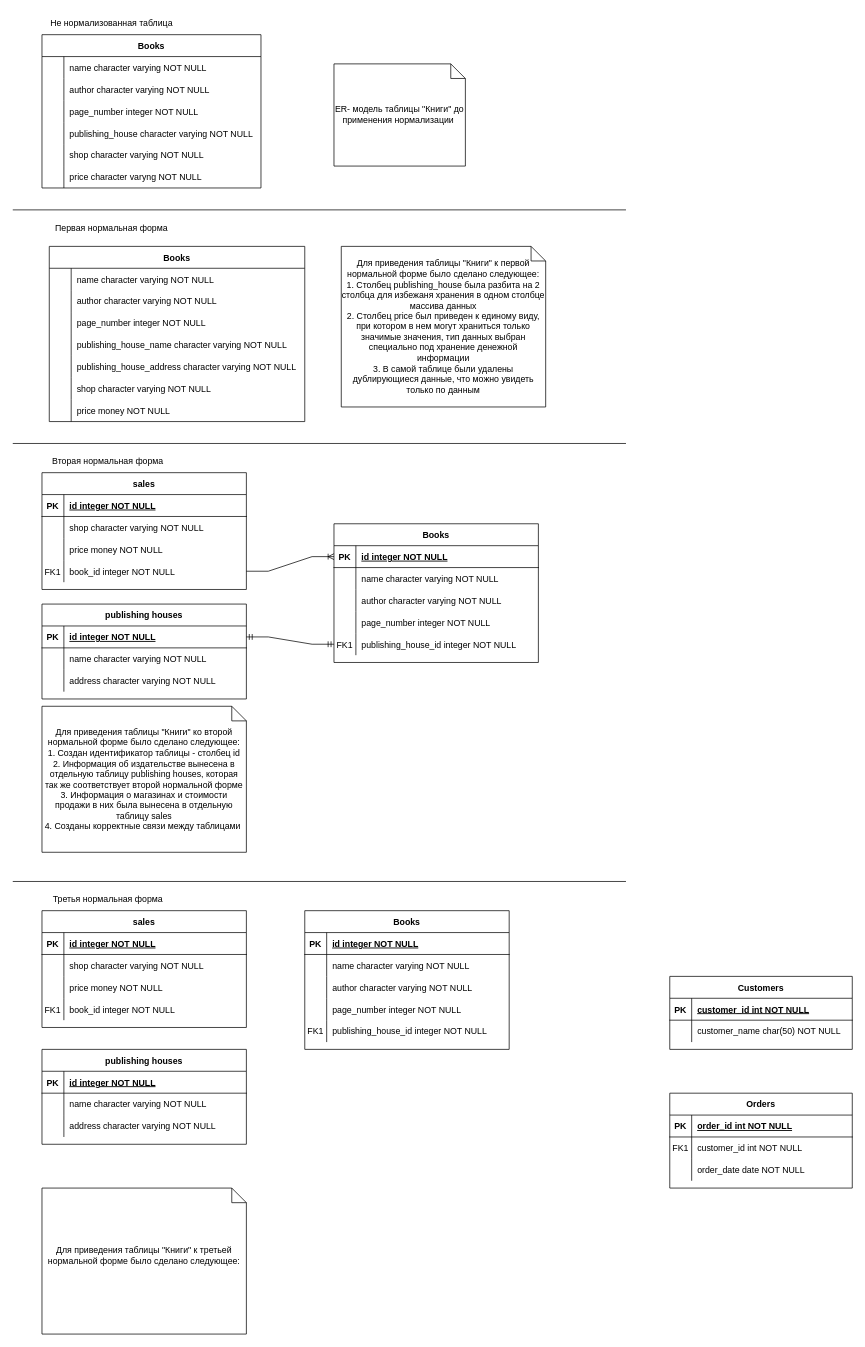
Before: Диаграмма без названия.drawio in Anna-the-racoon/For_draw_io, a draw.io diagram. Source tidied: cells renumbered, new cells numbered last; positions are measured from the earlier drawing's top-left corner, leaving out a move shared by most shapes. Both pictures are drawn from the tidied source at 73%, with x=0, y=0 at pixel (12, 12).
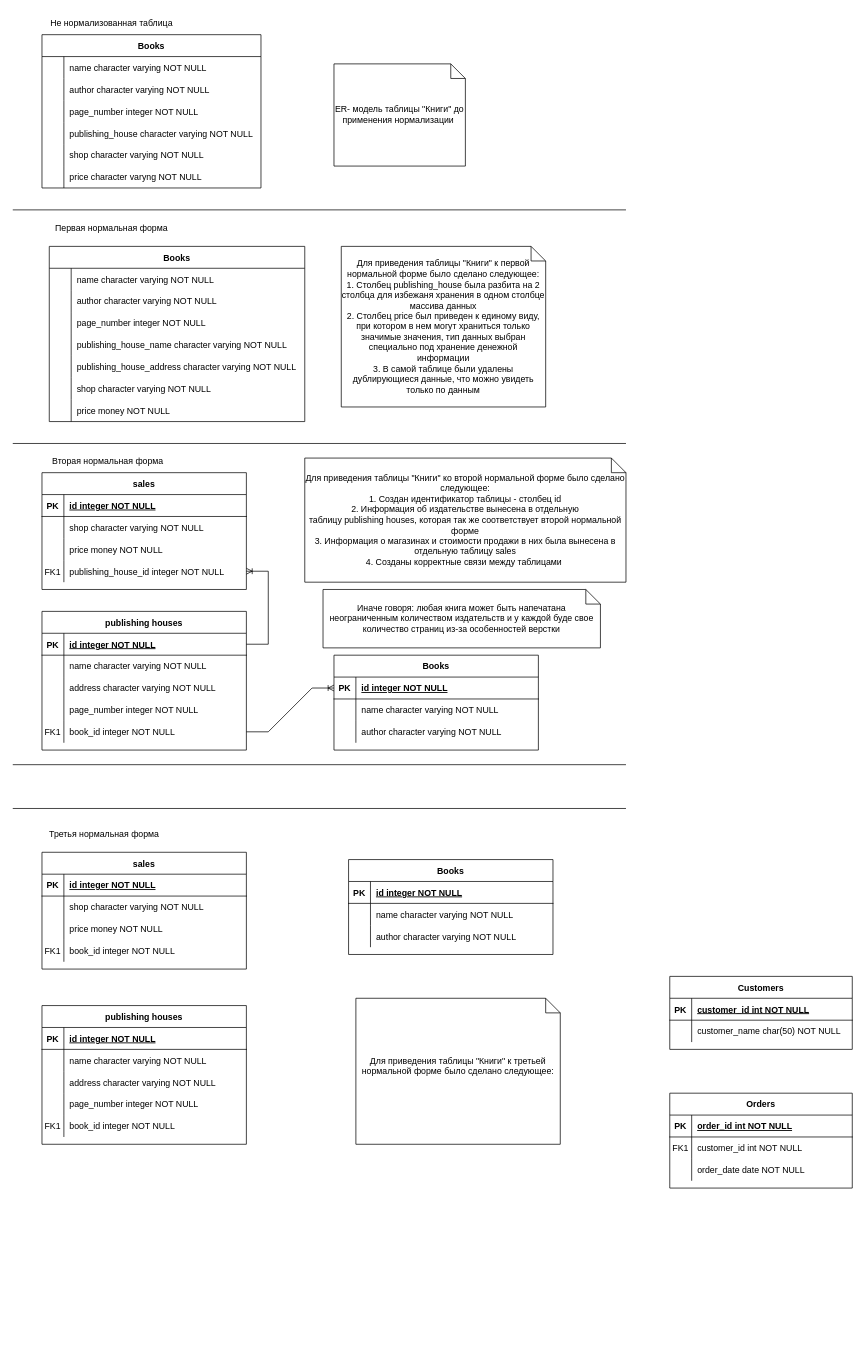
Above is the later version.

Unchanged cells that the change refers to:
```xml
<mxCell id="71" style="shape=partialRectangle;fillColor=none;points=[[0,0.5],[1,0.5]];portConstraint=eastwest;top=0;left=0;right=0;bottom=1;" parent="70" vertex="1">
  <mxGeometry y="30" width="280" height="30" as="geometry" />
</mxCell>
<mxCell id="87" style="shape=partialRectangle;fillColor=none;points=[[0,0.5],[1,0.5]];portConstraint=eastwest;top=0;left=0;right=0;bottom=1;" parent="86" vertex="1">
  <mxGeometry y="30" width="280" height="30" as="geometry" />
</mxCell>
<mxCell id="106" style="shape=partialRectangle;fillColor=none;points=[[0,0.5],[1,0.5]];portConstraint=eastwest;top=0;left=0;right=0;bottom=0;" parent="96" vertex="1">
  <mxGeometry y="120" width="280" height="30" as="geometry" />
</mxCell>
```

Diff of the diagram source:
```diff
@@
     <mxCell id="68" value="Для приведения таблицы &quot;Книги&quot; ко второй нормальной форме было сделано следующее:&lt;div&gt;1. Создан идентификатор таблицы - столбец id&lt;br&gt;&lt;/div&gt;&lt;div&gt;2. Информация об издательстве вынесена в отдельную таблицу&amp;nbsp;&lt;span style=&quot;text-wrap-mode: nowrap; background-color: initial;&quot;&gt;publishing houses&lt;/span&gt;&lt;span style=&quot;background-color: initial;&quot;&gt;, которая так же соответствует второй нормальной форме&lt;/span&gt;&lt;/div&gt;&lt;div&gt;&lt;span style=&quot;background-color: initial;&quot;&gt;3. Информация о магазинах и стоимости продажи в них была вынесена в отдельную таблицу sales&lt;/span&gt;&lt;/div&gt;&lt;div&gt;4. Созданы корректные связи между таблицами&amp;nbsp;&lt;/div&gt;" style="shape=note;size=20;whiteSpace=wrap;html=1;" parent="1" vertex="1">
-      <mxGeometry x="40" y="950" width="280" height="200" as="geometry" />
+      <mxGeometry x="400" y="610" width="440" height="170" as="geometry" />
     </mxCell>
@@
     <mxCell id="70" value="Books" style="shape=table;startSize=30;childLayout=tableLayout;rowLines=0;fontStyle=1;align=center;" parent="1" vertex="1">
-      <mxGeometry x="440" y="700" width="280" height="190" as="geometry" />
+      <mxGeometry x="440" y="880" width="280" height="130" as="geometry" />
     </mxCell>
@@
-    <mxCell id="80" style="shape=partialRectangle;fillColor=none;top=0;left=0;right=0;bottom=0;" parent="70" vertex="1">
-      <mxGeometry y="120" width="280" height="30" as="geometry" />
-    </mxCell>
-    <mxCell id="81" style="shape=partialRectangle;overflow=hidden;fillColor=none;top=0;left=0;bottom=0;right=0;" parent="80" vertex="1">
-      <mxGeometry width="30" height="30" as="geometry" />
-    </mxCell>
-    <mxCell id="82" value="page_number integer NOT NULL" style="shape=partialRectangle;overflow=hidden;fillColor=none;top=0;left=0;bottom=0;right=0;align=left;spacingLeft=6;" parent="80" vertex="1">
-      <mxGeometry x="30" width="250" height="30" as="geometry" />
-    </mxCell>
-    <mxCell id="83" style="shape=partialRectangle;fillColor=none;points=[[0,0.5],[1,0.5]];portConstraint=eastwest;top=0;left=0;right=0;bottom=0;" parent="70" vertex="1">
-      <mxGeometry y="150" width="280" height="30" as="geometry" />
-    </mxCell>
-    <mxCell id="84" value="FK1" style="shape=partialRectangle;overflow=hidden;fillColor=none;top=0;left=0;bottom=0;right=0;" parent="83" vertex="1">
-      <mxGeometry width="30" height="30" as="geometry" />
-    </mxCell>
-    <mxCell id="85" value="publishing_house_id integer NOT NULL" style="shape=partialRectangle;overflow=hidden;fillColor=none;top=0;left=0;bottom=0;right=0;align=left;spacingLeft=6;" parent="83" vertex="1">
-      <mxGeometry x="30" width="250" height="30" as="geometry" />
-    </mxCell>
     <mxCell id="86" value="publishing houses" style="shape=table;startSize=30;childLayout=tableLayout;rowLines=0;fontStyle=1;align=center;" parent="1" vertex="1">
-      <mxGeometry x="40" y="810" width="280" height="130" as="geometry" />
+      <mxGeometry x="40" y="820" width="280" height="190" as="geometry" />
     </mxCell>
@@
+    <mxCell id="153" style="shape=partialRectangle;fillColor=none;top=0;left=0;right=0;bottom=0;" parent="86" vertex="1">
+      <mxGeometry y="120" width="280" height="30" as="geometry" />
+    </mxCell>
+    <mxCell id="154" style="shape=partialRectangle;overflow=hidden;fillColor=none;top=0;left=0;bottom=0;right=0;" parent="153" vertex="1">
+      <mxGeometry width="30" height="30" as="geometry" />
+    </mxCell>
+    <mxCell id="155" value="page_number integer NOT NULL" style="shape=partialRectangle;overflow=hidden;fillColor=none;top=0;left=0;bottom=0;right=0;align=left;spacingLeft=6;" parent="153" vertex="1">
+      <mxGeometry x="30" width="250" height="30" as="geometry" />
+    </mxCell>
+    <mxCell id="156" style="shape=partialRectangle;fillColor=none;points=[[0,0.5],[1,0.5]];portConstraint=eastwest;top=0;left=0;right=0;bottom=0;" parent="86" vertex="1">
+      <mxGeometry y="150" width="280" height="30" as="geometry" />
+    </mxCell>
+    <mxCell id="157" value="FK1" style="shape=partialRectangle;overflow=hidden;fillColor=none;top=0;left=0;bottom=0;right=0;" parent="156" vertex="1">
+      <mxGeometry width="30" height="30" as="geometry" />
+    </mxCell>
+    <mxCell id="158" value="book_id integer NOT NULL" style="shape=partialRectangle;overflow=hidden;fillColor=none;top=0;left=0;bottom=0;right=0;align=left;spacingLeft=6;" parent="156" vertex="1">
+      <mxGeometry x="30" width="250" height="30" as="geometry" />
+    </mxCell>
@@
-    <mxCell id="108" value="book_id integer NOT NULL" style="shape=partialRectangle;overflow=hidden;fillColor=none;top=0;left=0;bottom=0;right=0;align=left;spacingLeft=6;" parent="106" vertex="1">
+    <mxCell id="108" value="publishing_house_id integer NOT NULL" style="shape=partialRectangle;overflow=hidden;fillColor=none;top=0;left=0;bottom=0;right=0;align=left;spacingLeft=6;" parent="106" vertex="1">
       <mxGeometry x="30" width="250" height="30" as="geometry" />
     </mxCell>
-    <mxCell id="109" style="edgeStyle=entityRelationEdgeStyle;fontSize=12;html=1;endArrow=ERoneToMany;rounded=0;entryX=0;entryY=0.5;entryDx=0;entryDy=0;exitX=1;exitY=0.5;exitDx=0;exitDy=0;" parent="1" edge="1" source="106" target="71">
-      <mxGeometry relative="1" as="geometry" />
-    </mxCell>
-    <mxCell id="110" style="edgeStyle=entityRelationEdgeStyle;fontSize=12;html=1;endArrow=ERmandOne;startArrow=ERmandOne;rounded=0;entryX=0;entryY=0.5;entryDx=0;entryDy=0;exitX=1;exitY=0.5;exitDx=0;exitDy=0;" parent="1" edge="1" source="87" target="83">
-      <mxGeometry relative="1" as="geometry" />
-    </mxCell>
     <mxCell id="111" style="endArrow=none;html=1;rounded=0;" parent="1" edge="1">
       <mxGeometry relative="1" as="geometry">
-        <mxPoint y="1190" as="sourcePoint" />
-        <mxPoint x="840" y="1190" as="targetPoint" />
+        <mxPoint y="1030" as="sourcePoint" />
+        <mxPoint x="840" y="1030" as="targetPoint" />
       </mxGeometry>
     </mxCell>
     <mxCell id="112" value="Третья нормальная форма" style="text;html=1;align=center;verticalAlign=middle;strokeColor=none;fillColor=none;" parent="1" vertex="1">
-      <mxGeometry x="45" y="1200" width="170" height="30" as="geometry" />
+      <mxGeometry x="40" y="1110" width="170" height="30" as="geometry" />
     </mxCell>
-    <mxCell id="113" value="Books" style="shape=table;startSize=30;childLayout=tableLayout;rowLines=0;fontStyle=1;align=center;" parent="1" vertex="1">
-      <mxGeometry x="400" y="1230" width="280" height="190" as="geometry" />
-    </mxCell>
-    <mxCell id="114" style="shape=partialRectangle;fillColor=none;top=0;left=0;right=0;bottom=1;" parent="113" vertex="1">
-      <mxGeometry y="30" width="280" height="30" as="geometry" />
-    </mxCell>
-    <mxCell id="115" value="PK" style="shape=partialRectangle;overflow=hidden;fillColor=none;top=0;left=0;bottom=0;right=0;fontStyle=1;" parent="114" vertex="1">
-      <mxGeometry width="30" height="30" as="geometry" />
-    </mxCell>
-    <mxCell id="116" value="id integer NOT NULL" style="shape=partialRectangle;overflow=hidden;fillColor=none;top=0;left=0;bottom=0;right=0;align=left;spacingLeft=6;fontStyle=5;" parent="114" vertex="1">
-      <mxGeometry x="30" width="250" height="30" as="geometry" />
-    </mxCell>
-    <mxCell id="117" style="shape=partialRectangle;fillColor=none;top=0;left=0;right=0;bottom=0;" parent="113" vertex="1">
-      <mxGeometry y="60" width="280" height="30" as="geometry" />
-    </mxCell>
-    <mxCell id="118" style="shape=partialRectangle;overflow=hidden;fillColor=none;top=0;left=0;bottom=0;right=0;" parent="117" vertex="1">
-      <mxGeometry width="30" height="30" as="geometry" />
-    </mxCell>
-    <mxCell id="119" value="name character varying NOT NULL" style="shape=partialRectangle;overflow=hidden;fillColor=none;top=0;left=0;bottom=0;right=0;align=left;spacingLeft=6;" parent="117" vertex="1">
-      <mxGeometry x="30" width="250" height="30" as="geometry" />
-    </mxCell>
-    <mxCell id="120" style="shape=partialRectangle;fillColor=none;top=0;left=0;right=0;bottom=0;" parent="113" vertex="1">
-      <mxGeometry y="90" width="280" height="30" as="geometry" />
-    </mxCell>
-    <mxCell id="121" style="shape=partialRectangle;overflow=hidden;fillColor=none;top=0;left=0;bottom=0;right=0;" parent="120" vertex="1">
-      <mxGeometry width="30" height="30" as="geometry" />
-    </mxCell>
-    <mxCell id="122" value="author character varying NOT NULL" style="shape=partialRectangle;overflow=hidden;fillColor=none;top=0;left=0;bottom=0;right=0;align=left;spacingLeft=6;" parent="120" vertex="1">
-      <mxGeometry x="30" width="250" height="30" as="geometry" />
-    </mxCell>
-    <mxCell id="123" style="shape=partialRectangle;fillColor=none;top=0;left=0;right=0;bottom=0;" parent="113" vertex="1">
-      <mxGeometry y="120" width="280" height="30" as="geometry" />
-    </mxCell>
-    <mxCell id="124" style="shape=partialRectangle;overflow=hidden;fillColor=none;top=0;left=0;bottom=0;right=0;" parent="123" vertex="1">
-      <mxGeometry width="30" height="30" as="geometry" />
-    </mxCell>
-    <mxCell id="125" value="page_number integer NOT NULL" style="shape=partialRectangle;overflow=hidden;fillColor=none;top=0;left=0;bottom=0;right=0;align=left;spacingLeft=6;" parent="123" vertex="1">
-      <mxGeometry x="30" width="250" height="30" as="geometry" />
-    </mxCell>
-    <mxCell id="126" style="shape=partialRectangle;fillColor=none;top=0;left=0;right=0;bottom=0;" parent="113" vertex="1">
-      <mxGeometry y="150" width="280" height="30" as="geometry" />
-    </mxCell>
-    <mxCell id="127" value="FK1" style="shape=partialRectangle;overflow=hidden;fillColor=none;top=0;left=0;bottom=0;right=0;" parent="126" vertex="1">
-      <mxGeometry width="30" height="30" as="geometry" />
-    </mxCell>
-    <mxCell id="128" value="publishing_house_id integer NOT NULL" style="shape=partialRectangle;overflow=hidden;fillColor=none;top=0;left=0;bottom=0;right=0;align=left;spacingLeft=6;" parent="126" vertex="1">
-      <mxGeometry x="30" width="250" height="30" as="geometry" />
-    </mxCell>
-    <mxCell id="129" value="publishing houses" style="shape=table;startSize=30;childLayout=tableLayout;rowLines=0;fontStyle=1;align=center;" parent="1" vertex="1">
-      <mxGeometry x="40" y="1420" width="280" height="130" as="geometry" />
-    </mxCell>
-    <mxCell id="130" style="shape=partialRectangle;fillColor=none;top=0;left=0;right=0;bottom=1;" parent="129" vertex="1">
-      <mxGeometry y="30" width="280" height="30" as="geometry" />
-    </mxCell>
-    <mxCell id="131" value="PK" style="shape=partialRectangle;overflow=hidden;fillColor=none;top=0;left=0;bottom=0;right=0;fontStyle=1;" parent="130" vertex="1">
-      <mxGeometry width="30" height="30" as="geometry" />
-    </mxCell>
-    <mxCell id="132" value="id integer NOT NULL" style="shape=partialRectangle;overflow=hidden;fillColor=none;top=0;left=0;bottom=0;right=0;align=left;spacingLeft=6;fontStyle=5;" parent="130" vertex="1">
-      <mxGeometry x="30" width="250" height="30" as="geometry" />
-    </mxCell>
-    <mxCell id="133" style="shape=partialRectangle;fillColor=none;top=0;left=0;right=0;bottom=0;" parent="129" vertex="1">
-      <mxGeometry y="60" width="280" height="30" as="geometry" />
-    </mxCell>
-    <mxCell id="134" style="shape=partialRectangle;overflow=hidden;fillColor=none;top=0;left=0;bottom=0;right=0;" parent="133" vertex="1">
-      <mxGeometry width="30" height="30" as="geometry" />
-    </mxCell>
-    <mxCell id="135" value="name character varying NOT NULL" style="shape=partialRectangle;overflow=hidden;fillColor=none;top=0;left=0;bottom=0;right=0;align=left;spacingLeft=6;" parent="133" vertex="1">
-      <mxGeometry x="30" width="250" height="30" as="geometry" />
-    </mxCell>
-    <mxCell id="136" style="shape=partialRectangle;fillColor=none;top=0;left=0;right=0;bottom=0;" parent="129" vertex="1">
-      <mxGeometry y="90" width="280" height="30" as="geometry" />
-    </mxCell>
-    <mxCell id="137" style="shape=partialRectangle;overflow=hidden;fillColor=none;top=0;left=0;bottom=0;right=0;" parent="136" vertex="1">
-      <mxGeometry width="30" height="30" as="geometry" />
-    </mxCell>
-    <mxCell id="138" value="address character varying NOT NULL" style="shape=partialRectangle;overflow=hidden;fillColor=none;top=0;left=0;bottom=0;right=0;align=left;spacingLeft=6;" parent="136" vertex="1">
-      <mxGeometry x="30" width="250" height="30" as="geometry" />
-    </mxCell>
     <mxCell id="139" value="sales" style="shape=table;startSize=30;childLayout=tableLayout;rowLines=0;fontStyle=1;align=center;" parent="1" vertex="1">
-      <mxGeometry x="40" y="1230" width="280" height="160" as="geometry" />
+      <mxGeometry x="40" y="1150" width="280" height="160" as="geometry" />
     </mxCell>
@@
     <mxCell id="152" value="Для приведения таблицы &quot;Книги&quot; к третьей нормальной форме было сделано следующее:&lt;div&gt;&lt;br&gt;&lt;/div&gt;" style="shape=note;size=20;whiteSpace=wrap;html=1;" parent="1" vertex="1">
-      <mxGeometry x="40" y="1610" width="280" height="200" as="geometry" />
+      <mxGeometry x="470" y="1350" width="280" height="200" as="geometry" />
     </mxCell>
+    <mxCell id="159" style="edgeStyle=entityRelationEdgeStyle;fontSize=12;html=1;endArrow=ERoneToMany;rounded=0;exitX=1;exitY=0.5;exitDx=0;exitDy=0;entryX=1;entryY=0.5;entryDx=0;entryDy=0;" parent="1" edge="1" source="87" target="106">
+      <mxGeometry relative="1" as="geometry" />
+    </mxCell>
+    <mxCell id="160" style="edgeStyle=entityRelationEdgeStyle;fontSize=12;html=1;endArrow=ERoneToMany;rounded=0;exitX=1;exitY=0.5;exitDx=0;exitDy=0;entryX=0;entryY=0.5;entryDx=0;entryDy=0;" parent="1" edge="1" source="156" target="71">
+      <mxGeometry relative="1" as="geometry" />
+    </mxCell>
+    <mxCell id="113" value="Books" style="shape=table;startSize=30;childLayout=tableLayout;rowLines=0;fontStyle=1;align=center;" parent="1" vertex="1">
+      <mxGeometry x="460" y="1160" width="280" height="130" as="geometry" />
+    </mxCell>
+    <mxCell id="161" style="shape=partialRectangle;fillColor=none;top=0;left=0;right=0;bottom=1;" parent="113" vertex="1">
+      <mxGeometry y="30" width="280" height="30" as="geometry" />
+    </mxCell>
+    <mxCell id="162" value="PK" style="shape=partialRectangle;overflow=hidden;fillColor=none;top=0;left=0;bottom=0;right=0;fontStyle=1;" parent="161" vertex="1">
+      <mxGeometry width="30" height="30" as="geometry" />
+    </mxCell>
+    <mxCell id="163" value="id integer NOT NULL" style="shape=partialRectangle;overflow=hidden;fillColor=none;top=0;left=0;bottom=0;right=0;align=left;spacingLeft=6;fontStyle=5;" parent="161" vertex="1">
+      <mxGeometry x="30" width="250" height="30" as="geometry" />
+    </mxCell>
+    <mxCell id="164" style="shape=partialRectangle;fillColor=none;top=0;left=0;right=0;bottom=0;" parent="113" vertex="1">
+      <mxGeometry y="60" width="280" height="30" as="geometry" />
+    </mxCell>
+    <mxCell id="165" style="shape=partialRectangle;overflow=hidden;fillColor=none;top=0;left=0;bottom=0;right=0;" parent="164" vertex="1">
+      <mxGeometry width="30" height="30" as="geometry" />
+    </mxCell>
+    <mxCell id="119" value="name character varying NOT NULL" style="shape=partialRectangle;overflow=hidden;fillColor=none;top=0;left=0;bottom=0;right=0;align=left;spacingLeft=6;" parent="164" vertex="1">
+      <mxGeometry x="30" width="250" height="30" as="geometry" />
+    </mxCell>
+    <mxCell id="166" style="shape=partialRectangle;fillColor=none;top=0;left=0;right=0;bottom=0;" parent="113" vertex="1">
+      <mxGeometry y="90" width="280" height="30" as="geometry" />
+    </mxCell>
+    <mxCell id="167" style="shape=partialRectangle;overflow=hidden;fillColor=none;top=0;left=0;bottom=0;right=0;" parent="166" vertex="1">
+      <mxGeometry width="30" height="30" as="geometry" />
+    </mxCell>
+    <mxCell id="122" value="author character varying NOT NULL" style="shape=partialRectangle;overflow=hidden;fillColor=none;top=0;left=0;bottom=0;right=0;align=left;spacingLeft=6;" parent="166" vertex="1">
+      <mxGeometry x="30" width="250" height="30" as="geometry" />
+    </mxCell>
+    <mxCell id="168" style="endArrow=none;html=1;rounded=0;" parent="1" edge="1">
+      <mxGeometry relative="1" as="geometry">
+        <mxPoint y="1090" as="sourcePoint" />
+        <mxPoint x="840" y="1090" as="targetPoint" />
+      </mxGeometry>
+    </mxCell>
+    <mxCell id="129" value="publishing houses" style="shape=table;startSize=30;childLayout=tableLayout;rowLines=0;fontStyle=1;align=center;" parent="1" vertex="1">
+      <mxGeometry x="40" y="1360" width="280" height="190" as="geometry" />
+    </mxCell>
+    <mxCell id="169" style="shape=partialRectangle;fillColor=none;top=0;left=0;right=0;bottom=1;" parent="129" vertex="1">
+      <mxGeometry y="30" width="280" height="30" as="geometry" />
+    </mxCell>
+    <mxCell id="170" value="PK" style="shape=partialRectangle;overflow=hidden;fillColor=none;top=0;left=0;bottom=0;right=0;fontStyle=1;" parent="169" vertex="1">
+      <mxGeometry width="30" height="30" as="geometry" />
+    </mxCell>
+    <mxCell id="171" value="id integer NOT NULL" style="shape=partialRectangle;overflow=hidden;fillColor=none;top=0;left=0;bottom=0;right=0;align=left;spacingLeft=6;fontStyle=5;" parent="169" vertex="1">
+      <mxGeometry x="30" width="250" height="30" as="geometry" />
+    </mxCell>
+    <mxCell id="172" style="shape=partialRectangle;fillColor=none;top=0;left=0;right=0;bottom=0;" parent="129" vertex="1">
+      <mxGeometry y="60" width="280" height="30" as="geometry" />
+    </mxCell>
+    <mxCell id="173" style="shape=partialRectangle;overflow=hidden;fillColor=none;top=0;left=0;bottom=0;right=0;" parent="172" vertex="1">
+      <mxGeometry width="30" height="30" as="geometry" />
+    </mxCell>
+    <mxCell id="135" value="name character varying NOT NULL" style="shape=partialRectangle;overflow=hidden;fillColor=none;top=0;left=0;bottom=0;right=0;align=left;spacingLeft=6;" parent="172" vertex="1">
+      <mxGeometry x="30" width="250" height="30" as="geometry" />
+    </mxCell>
+    <mxCell id="174" style="shape=partialRectangle;fillColor=none;top=0;left=0;right=0;bottom=0;" parent="129" vertex="1">
+      <mxGeometry y="90" width="280" height="30" as="geometry" />
+    </mxCell>
+    <mxCell id="175" style="shape=partialRectangle;overflow=hidden;fillColor=none;top=0;left=0;bottom=0;right=0;" parent="174" vertex="1">
+      <mxGeometry width="30" height="30" as="geometry" />
+    </mxCell>
+    <mxCell id="138" value="address character varying NOT NULL" style="shape=partialRectangle;overflow=hidden;fillColor=none;top=0;left=0;bottom=0;right=0;align=left;spacingLeft=6;" parent="174" vertex="1">
+      <mxGeometry x="30" width="250" height="30" as="geometry" />
+    </mxCell>
+    <mxCell id="176" style="shape=partialRectangle;fillColor=none;top=0;left=0;right=0;bottom=0;" parent="129" vertex="1">
+      <mxGeometry y="120" width="280" height="30" as="geometry" />
+    </mxCell>
+    <mxCell id="177" style="shape=partialRectangle;overflow=hidden;fillColor=none;top=0;left=0;bottom=0;right=0;" parent="176" vertex="1">
+      <mxGeometry width="30" height="30" as="geometry" />
+    </mxCell>
+    <mxCell id="178" value="page_number integer NOT NULL" style="shape=partialRectangle;overflow=hidden;fillColor=none;top=0;left=0;bottom=0;right=0;align=left;spacingLeft=6;" parent="176" vertex="1">
+      <mxGeometry x="30" width="250" height="30" as="geometry" />
+    </mxCell>
+    <mxCell id="179" style="shape=partialRectangle;fillColor=none;top=0;left=0;right=0;bottom=0;" parent="129" vertex="1">
+      <mxGeometry y="150" width="280" height="30" as="geometry" />
+    </mxCell>
+    <mxCell id="180" value="FK1" style="shape=partialRectangle;overflow=hidden;fillColor=none;top=0;left=0;bottom=0;right=0;" parent="179" vertex="1">
+      <mxGeometry width="30" height="30" as="geometry" />
+    </mxCell>
+    <mxCell id="181" value="book_id integer NOT NULL" style="shape=partialRectangle;overflow=hidden;fillColor=none;top=0;left=0;bottom=0;right=0;align=left;spacingLeft=6;" parent="179" vertex="1">
+      <mxGeometry x="30" width="250" height="30" as="geometry" />
+    </mxCell>
+    <mxCell id="182" value="Иначе говоря: любая книга может быть напечатана неограниченным количеством издательств и у каждой буде свое количество страниц из-за особенностей верстки" style="shape=note;size=20;whiteSpace=wrap;html=1;" parent="1" vertex="1">
+      <mxGeometry x="425" y="790" width="380" height="80" as="geometry" />
+    </mxCell>
```
